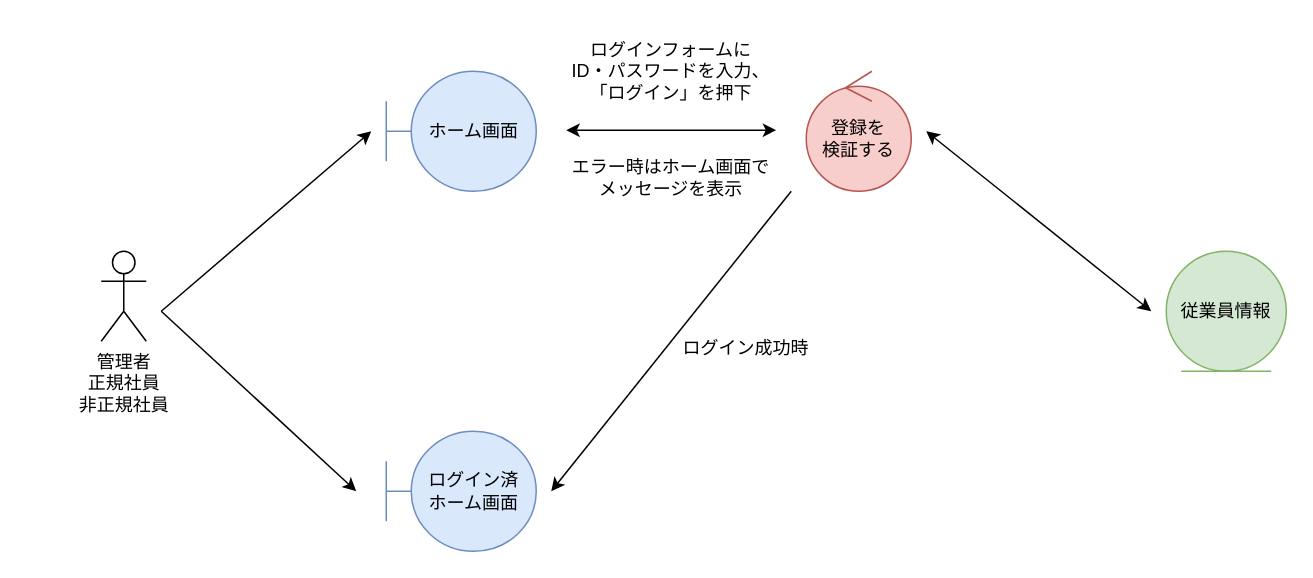
The draw.io diagram 各種設計書/3ロバストネス図/人事情報管理/ログイン.drawio in HaruShim/Sotuken, before the edit. Source tidied: cells renumbered, new cells numbered last; positions are measured from the earlier drawing's top-left corner, leaving out a move shared by most shapes. Both pictures are drawn from the tidied source at 150%, with x=0, y=0 at pixel (100, 26).
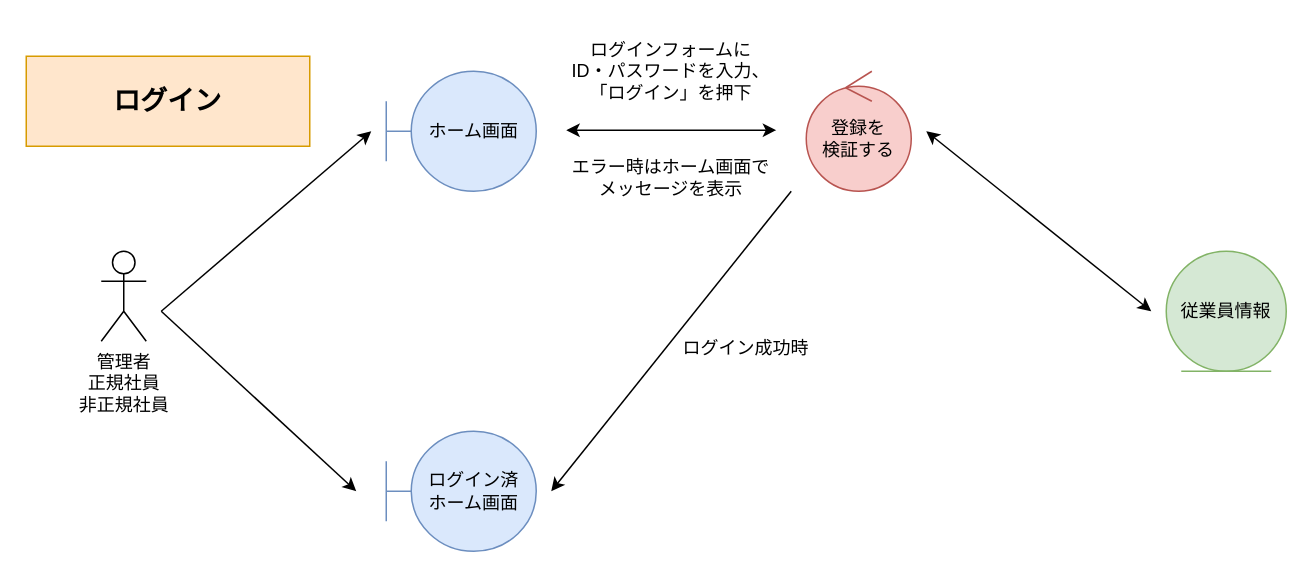
The same diagram, later.

Change to the diagram source:
```diff
@@
+    <mxCell id="15" value="ログイン" style="rounded=0;whiteSpace=wrap;html=1;fillColor=#ffe6cc;strokeColor=#d79b00;fontStyle=1;fontSize=18;" parent="1" vertex="1">
+      <mxGeometry x="-50" y="20" width="189" height="60" as="geometry" />
+    </mxCell>
```
